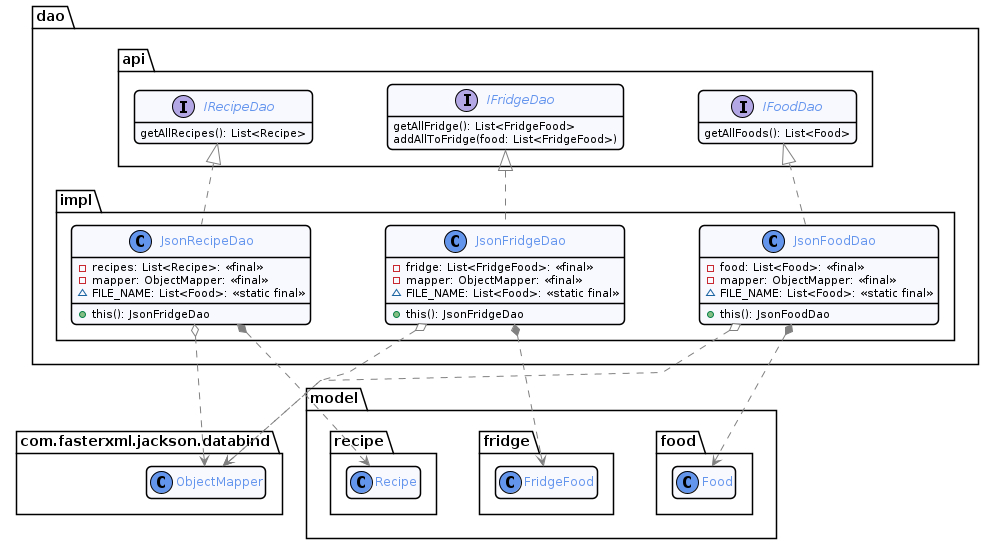
Earlier version of the PlantUML export docs/diagram/out/dao.png (romainvacheret/wadge-backend).
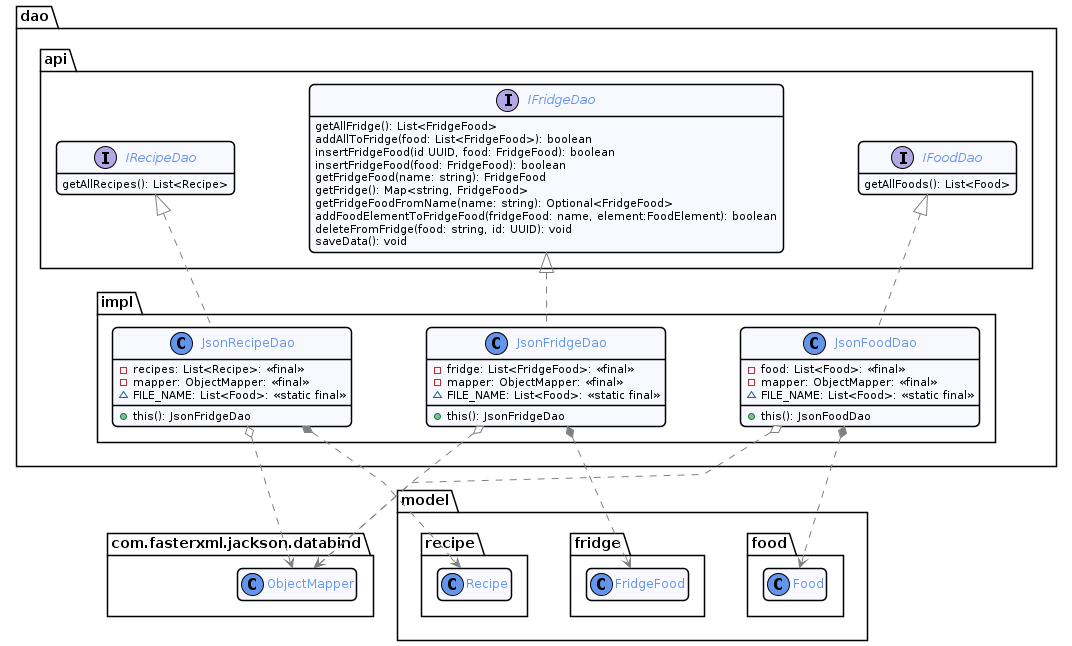
The same file after the commit.

Change to the diagram source:
```diff
@@ -27,7 +27,15 @@
 
         interface IFridgeDao {
             getAllFridge(): List<FridgeFood>
-            addAllToFridge(food: List<FridgeFood>)
+            addAllToFridge(food: List<FridgeFood>): boolean
+            insertFridgeFood(id UUID, food: FridgeFood): boolean
+            insertFridgeFood(food: FridgeFood): boolean
+            getFridgeFood(name: string): FridgeFood
+            getFridge(): Map<string, FridgeFood>
+            getFridgeFoodFromName(name: string): Optional<FridgeFood>
+            addFoodElementToFridgeFood(fridgeFood: name, element:FoodElement): boolean
+            deleteFromFridge(food: string, id: UUID): void
+            saveData(): void
         }
 
         interface IRecipeDao {
```
